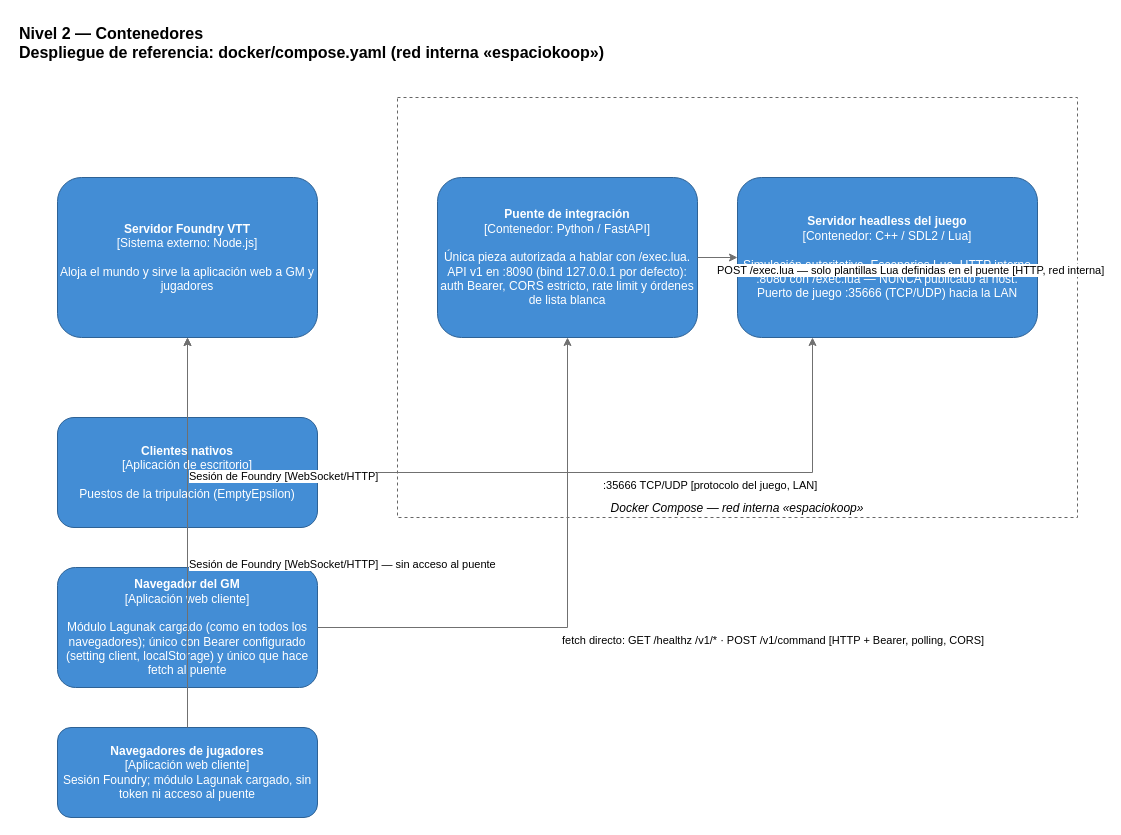
Before: page "C4-2 Contenedores" (2 of 4) of docs/assets/diagramas/arquitectura.drawio in EspacioKoop/espaciokooplagunak, a draw.io diagram. Source tidied: cells renumbered, new cells numbered last; positions are measured from the earlier drawing's top-left corner, leaving out a move shared by most shapes. Both pictures are drawn from the tidied source at 100%, with x=0, y=0 at pixel (17, 17).
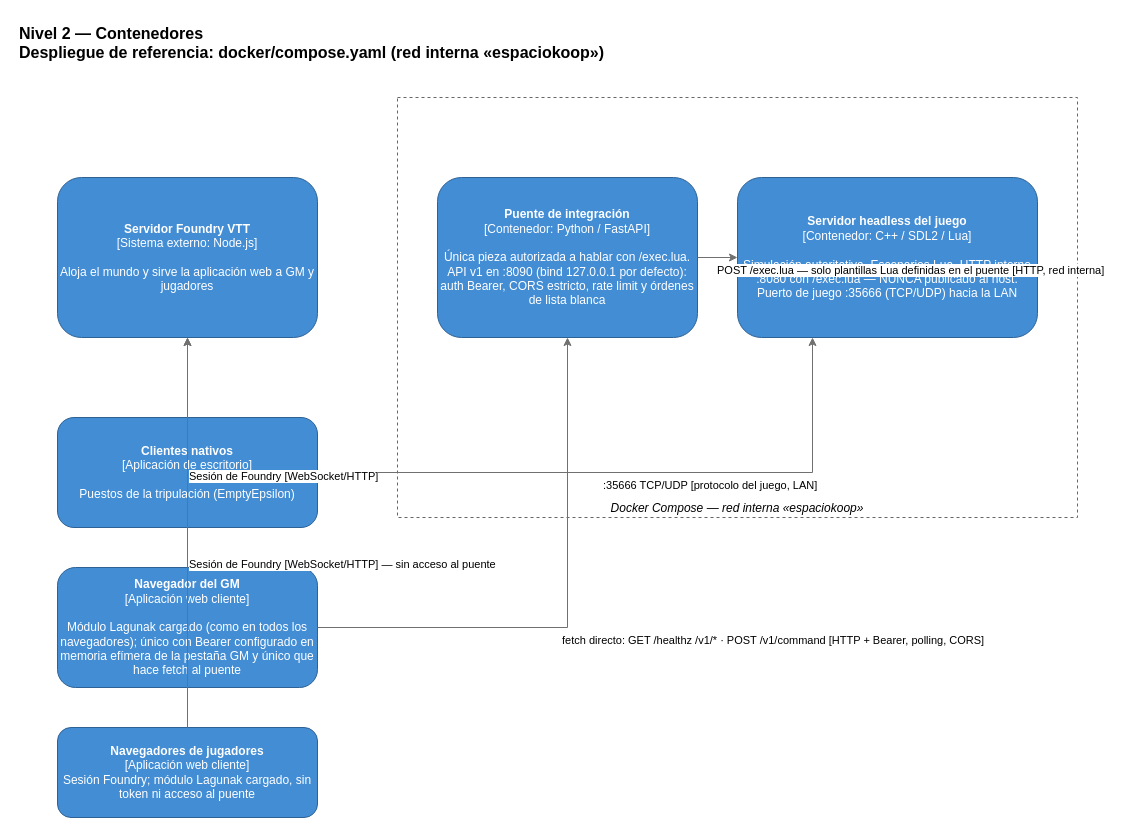
The same diagram, later.

The edit, as a diff of the source:
```diff
@@
 <mxGraphModel>
   <root>
     <mxCell id="0" />
     <mxCell id="1" parent="0" />
     <mxCell id="2" value="Nivel 2 — Contenedores&#10;Despliegue de referencia: docker/compose.yaml (red interna «espaciokoop»)" style="text;html=1;fontSize=16;fontStyle=1;align=left;" parent="1" vertex="1">
       <mxGeometry width="760" height="50" as="geometry" />
     </mxCell>
     <mxCell id="3" value="Docker Compose — red interna «espaciokoop»" style="rounded=0;whiteSpace=wrap;html=1;fillColor=none;strokeColor=#666666;dashed=1;verticalAlign=bottom;fontStyle=2;" parent="1" vertex="1">
       <mxGeometry x="380" y="80" width="680" height="420" as="geometry" />
     </mxCell>
     <mxCell id="4" value="&lt;b&gt;Servidor headless del juego&lt;/b&gt;&lt;br&gt;[Contenedor: C++ / SDL2 / Lua]&lt;br&gt;&lt;br&gt;Simulación autoritativa. Escenarios Lua. HTTP interno :8080 con /exec.lua — NUNCA publicado al host. Puerto de juego :35666 (TCP/UDP) hacia la LAN" style="rounded=1;whiteSpace=wrap;html=1;fillColor=#438DD5;fontColor=#ffffff;strokeColor=#2E6295;" parent="1" vertex="1">
       <mxGeometry x="720" y="160" width="300" height="160" as="geometry" />
     </mxCell>
     <mxCell id="5" value="&lt;b&gt;Puente de integración&lt;/b&gt;&lt;br&gt;[Contenedor: Python / FastAPI]&lt;br&gt;&lt;br&gt;Única pieza autorizada a hablar con /exec.lua. API v1 en :8090 (bind 127.0.0.1 por defecto): auth Bearer, CORS estricto, rate limit y órdenes de lista blanca" style="rounded=1;whiteSpace=wrap;html=1;fillColor=#438DD5;fontColor=#ffffff;strokeColor=#2E6295;" parent="1" vertex="1">
       <mxGeometry x="420" y="160" width="260" height="160" as="geometry" />
     </mxCell>
     <mxCell id="6" value="&lt;b&gt;Servidor Foundry VTT&lt;/b&gt;&lt;br&gt;[Sistema externo: Node.js]&lt;br&gt;&lt;br&gt;Aloja el mundo y sirve la aplicación web a GM y jugadores" style="rounded=1;whiteSpace=wrap;html=1;fillColor=#438DD5;fontColor=#ffffff;strokeColor=#2E6295;" parent="1" vertex="1">
       <mxGeometry x="40" y="160" width="260" height="160" as="geometry" />
     </mxCell>
     <mxCell id="7" value="&lt;b&gt;Clientes nativos&lt;/b&gt;&lt;br&gt;[Aplicación de escritorio]&lt;br&gt;&lt;br&gt;Puestos de la tripulación (EmptyEpsilon)" style="rounded=1;whiteSpace=wrap;html=1;fillColor=#438DD5;fontColor=#ffffff;strokeColor=#2E6295;" parent="1" vertex="1">
       <mxGeometry x="40" y="400" width="260" height="110" as="geometry" />
     </mxCell>
-    <mxCell id="8" value="&lt;b&gt;Navegador del GM&lt;/b&gt;&lt;br&gt;[Aplicación web cliente]&lt;br&gt;&lt;br&gt;Módulo Lagunak cargado (como en todos los navegadores); único con Bearer configurado (setting client, localStorage) y único que hace fetch al puente" style="rounded=1;whiteSpace=wrap;html=1;fillColor=#438DD5;fontColor=#ffffff;strokeColor=#2E6295;" parent="1" vertex="1">
+    <mxCell id="8" value="&lt;b&gt;Navegador del GM&lt;/b&gt;&lt;br&gt;[Aplicación web cliente]&lt;br&gt;&lt;br&gt;Módulo Lagunak cargado (como en todos los navegadores); único con Bearer configurado en memoria efímera de la pestaña GM y único que hace fetch al puente" style="rounded=1;whiteSpace=wrap;html=1;fillColor=#438DD5;fontColor=#ffffff;strokeColor=#2E6295;" parent="1" vertex="1">
       <mxGeometry x="40" y="550" width="260" height="120" as="geometry" />
     </mxCell>
     <mxCell id="9" value="&lt;b&gt;Navegadores de jugadores&lt;/b&gt;&lt;br&gt;[Aplicación web cliente]&lt;br&gt;Sesión Foundry; módulo Lagunak cargado, sin token ni acceso al puente" style="rounded=1;whiteSpace=wrap;html=1;fillColor=#438DD5;fontColor=#ffffff;strokeColor=#2E6295;" parent="1" vertex="1">
       <mxGeometry x="40" y="710" width="260" height="90" as="geometry" />
     </mxCell>
     <mxCell id="10" style="edgeStyle=orthogonalEdgeStyle;rounded=0;html=1;strokeColor=#707070;fontColor=#404040;" parent="1" edge="1" source="8" target="5">
       <mxGeometry relative="1" as="geometry" />
     </mxCell>
     <mxCell id="11" value="fetch directo: GET /healthz /v1/* · POST /v1/command [HTTP + Bearer, polling, CORS]" style="edgeLabel;html=1;" parent="10" vertex="1">
       <mxGeometry x="-0.1" relative="1" as="geometry" />
     </mxCell>
     <mxCell id="12" style="edgeStyle=orthogonalEdgeStyle;rounded=0;html=1;strokeColor=#707070;fontColor=#404040;" parent="1" edge="1" source="5" target="4">
       <mxGeometry relative="1" as="geometry" />
     </mxCell>
     <mxCell id="13" value="POST /exec.lua — solo plantillas Lua definidas en el puente [HTTP, red interna]" style="edgeLabel;html=1;" parent="12" vertex="1">
       <mxGeometry x="-0.1" relative="1" as="geometry" />
     </mxCell>
     <mxCell id="14" style="edgeStyle=orthogonalEdgeStyle;rounded=0;html=1;strokeColor=#707070;fontColor=#404040;exitX=1;exitY=0.5;entryX=0.25;entryY=1;" parent="1" edge="1" source="7" target="4">
       <mxGeometry relative="1" as="geometry" />
     </mxCell>
     <mxCell id="15" value=":35666 TCP/UDP [protocolo del juego, LAN]" style="edgeLabel;html=1;" parent="14" vertex="1">
       <mxGeometry x="-0.1" relative="1" as="geometry" />
     </mxCell>
     <mxCell id="16" style="edgeStyle=orthogonalEdgeStyle;rounded=0;html=1;strokeColor=#707070;fontColor=#404040;exitX=0.5;exitY=0;entryX=0.5;entryY=1;" parent="1" edge="1" source="8" target="6">
       <mxGeometry relative="1" as="geometry" />
     </mxCell>
     <mxCell id="17" value="Sesión de Foundry [WebSocket/HTTP]" style="edgeLabel;html=1;" parent="16" vertex="1">
       <mxGeometry x="-0.1" relative="1" as="geometry" />
     </mxCell>
     <mxCell id="18" style="edgeStyle=orthogonalEdgeStyle;rounded=0;html=1;strokeColor=#707070;fontColor=#404040;" parent="1" edge="1" source="9" target="6">
       <mxGeometry relative="1" as="geometry" />
     </mxCell>
     <mxCell id="19" value="Sesión de Foundry [WebSocket/HTTP] — sin acceso al puente" style="edgeLabel;html=1;" parent="18" vertex="1">
       <mxGeometry x="-0.1" relative="1" as="geometry" />
     </mxCell>
   </root>
 </mxGraphModel>
```
